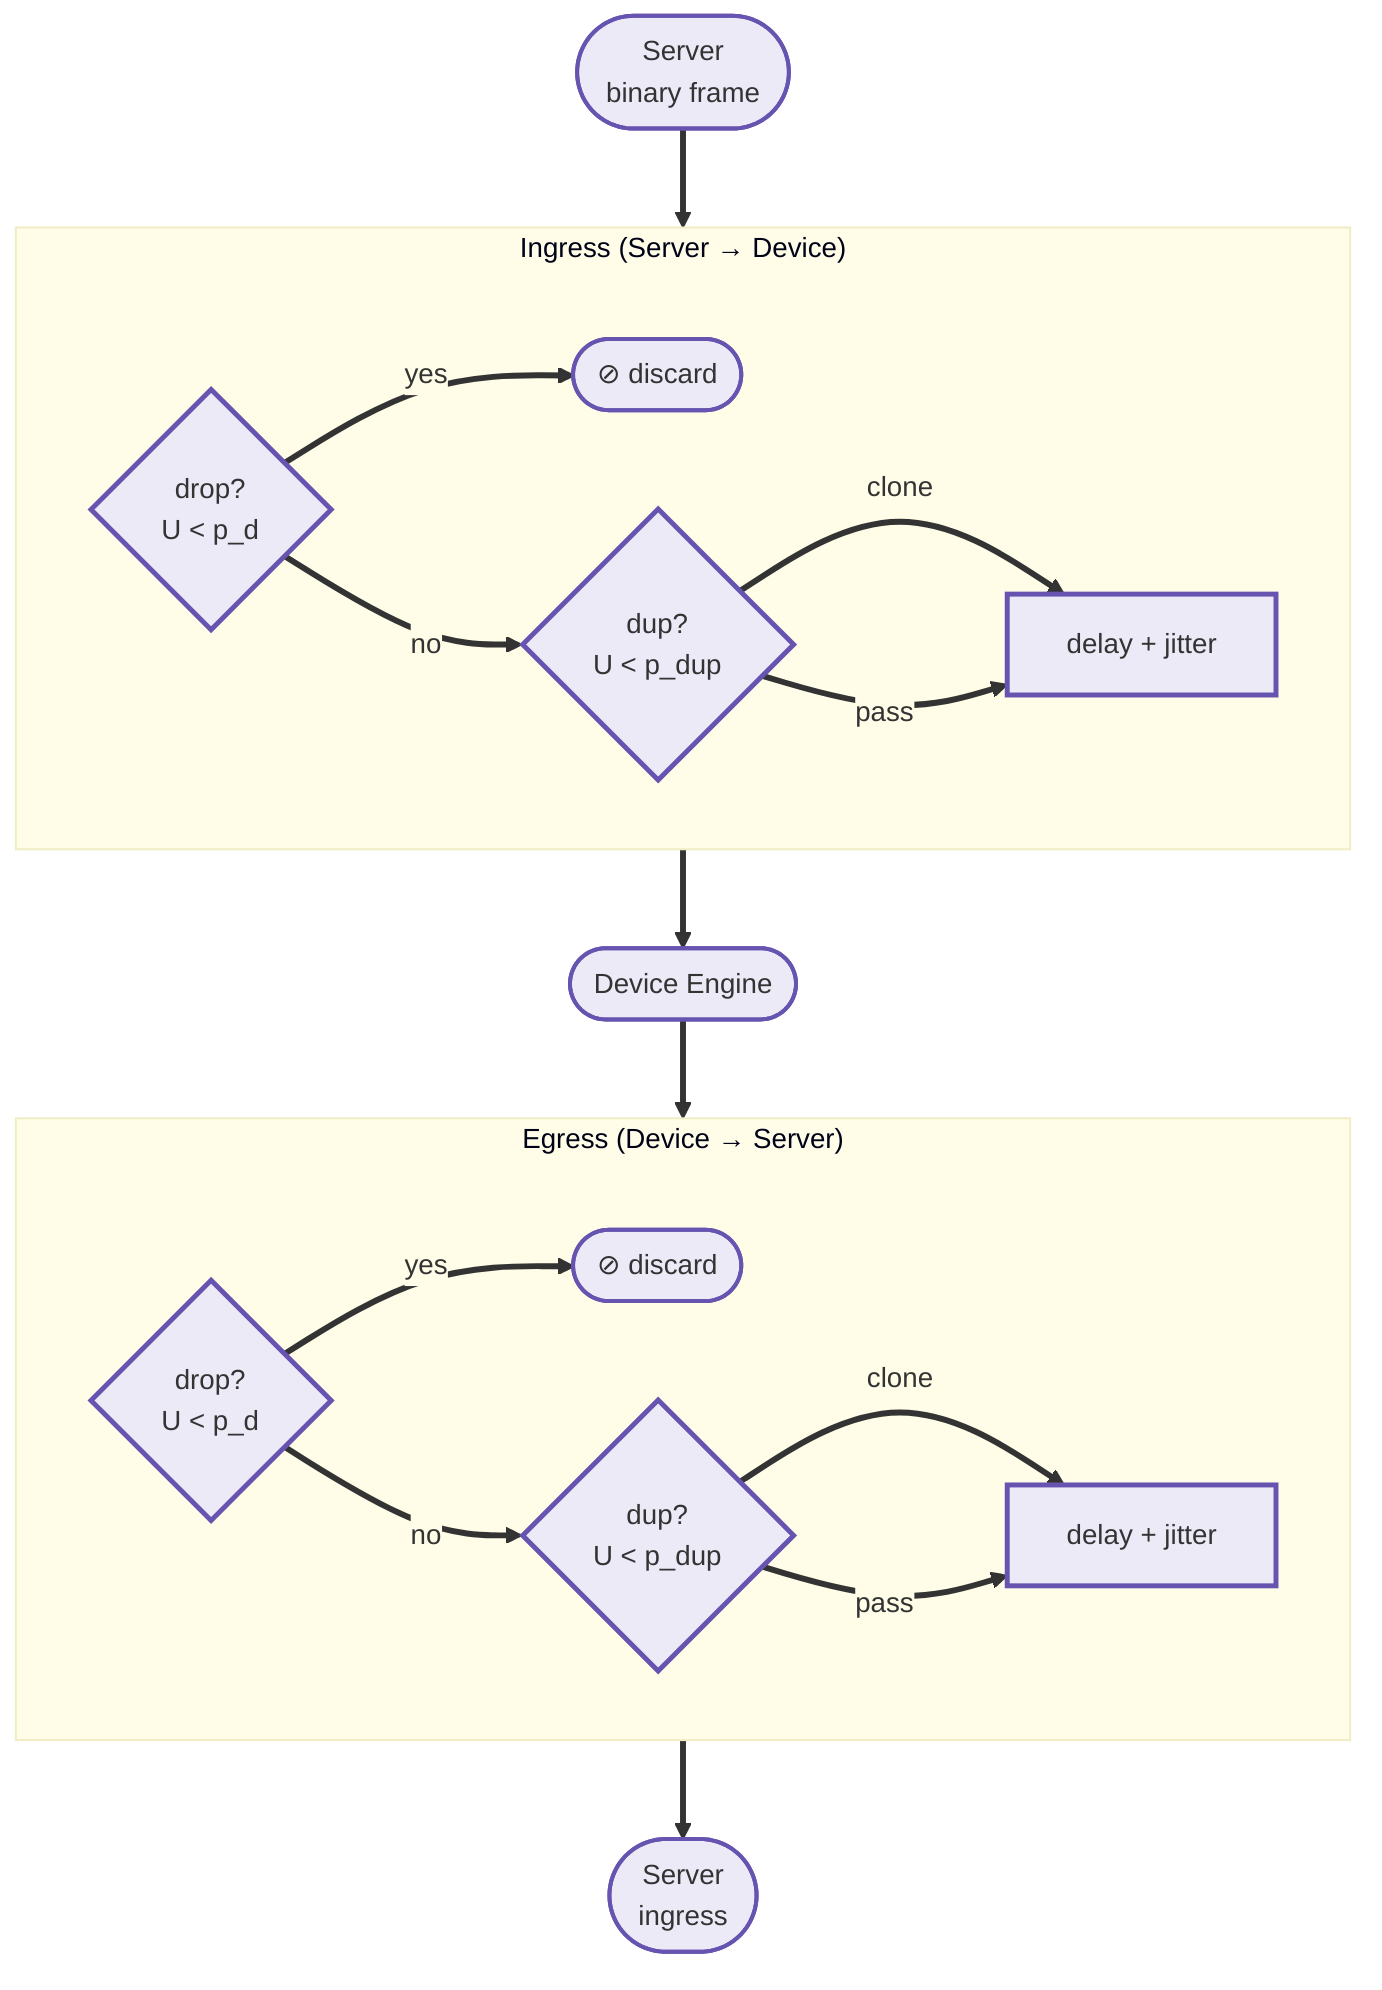
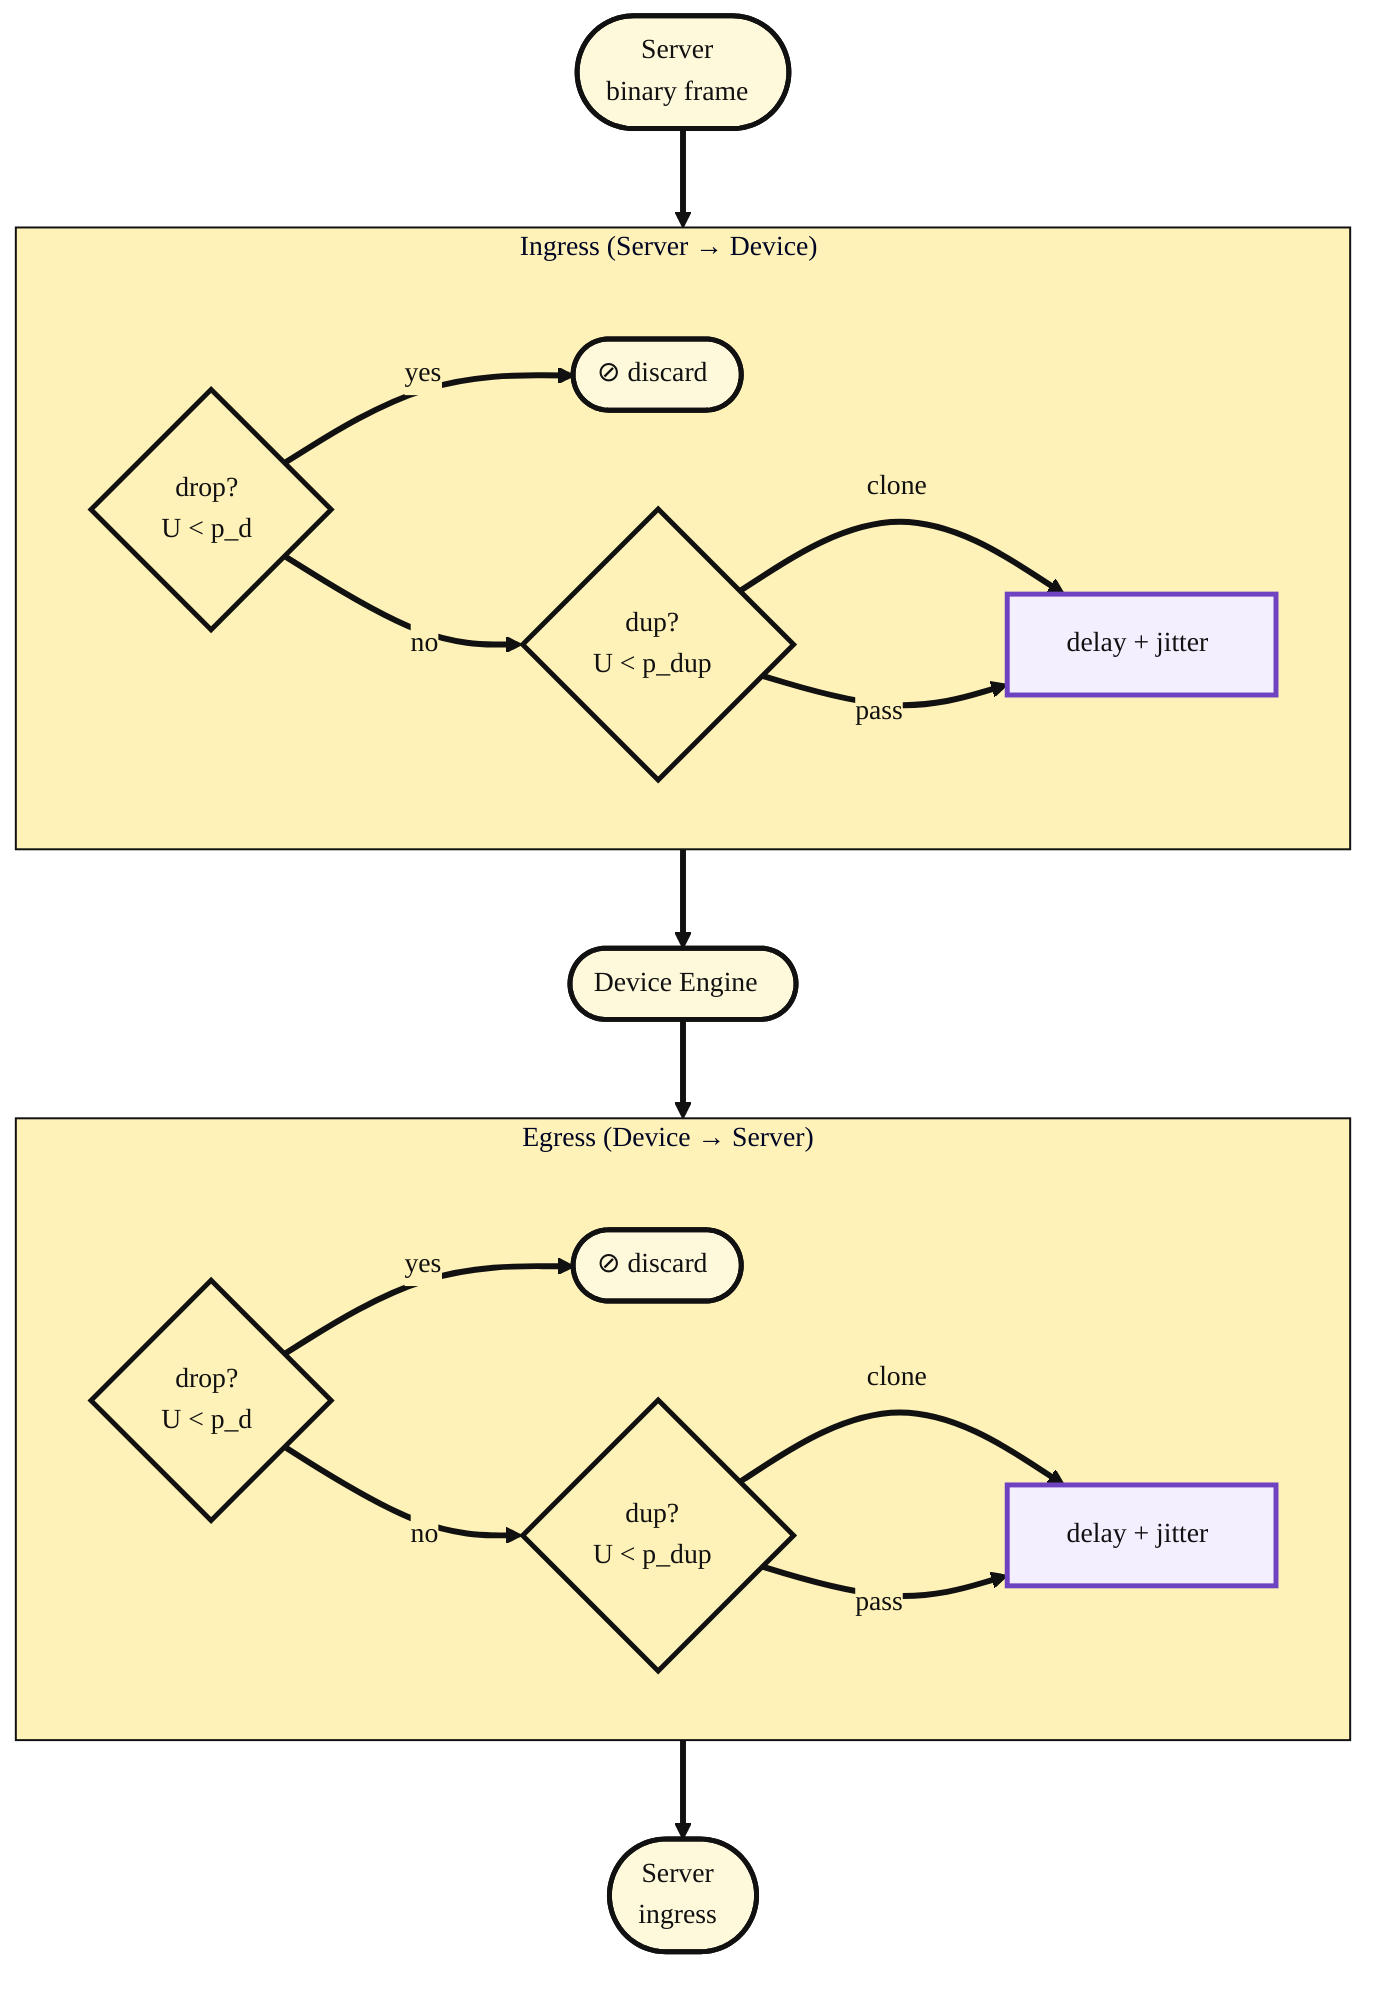
- %%{init: {'theme': 'base', 'themeVariables': {'lineColor': '#333333', 'fontSize': '14px', 'primaryColor': '#edeaf8', 'primaryBorderColor': '#6654b0', 'secondaryColor': '#fffde7', 'tertiaryColor': '#fffde7'}}}%%
+ %%{init: {"theme": "base", "themeVariables": {"fontFamily": "Helvetica, Arial, sans-serif", "fontSize": "14px", "primaryColor": "#f4efff", "primaryTextColor": "#111111", "primaryBorderColor": "#6f42c1", "lineColor": "#111111", "secondaryColor": "#fff2b8", "secondaryBorderColor": "#111111", "tertiaryColor": "#fff9dc", "tertiaryBorderColor": "#111111", "clusterBkg": "#fff2b8", "clusterBorder": "#111111", "actorBkg": "#f4efff", "actorBorder": "#6f42c1", "actorTextColor": "#111111", "noteBkgColor": "#fff2b8", "noteBorderColor": "#111111", "activationBkgColor": "#f4efff", "activationBorderColor": "#6f42c1"}}}%%
flowchart TB
    SRV(["Server\nbinary frame"])

    subgraph ING["Ingress  (Server → Device)"]
        direction LR
        ID1{"drop?\nU < p_d"}
        ID2{"dup?\nU < p_dup"}
        ID3["delay + jitter"]
        ID0(["⊘ discard"])
        ID1 -- yes --> ID0
        ID1 -- no --> ID2
        ID2 -- clone --> ID3
        ID2 -- pass --> ID3
    end

    DEV(["Device Engine"])

    subgraph EGR["Egress  (Device → Server)"]
        direction LR
        ED1{"drop?\nU < p_d"}
        ED2{"dup?\nU < p_dup"}
        ED3["delay + jitter"]
        ED0(["⊘ discard"])
        ED1 -- yes --> ED0
        ED1 -- no --> ED2
        ED2 -- clone --> ED3
        ED2 -- pass --> ED3
    end

    SRV_IN(["Server\ningress"])

    SRV --> ING
    ING --> DEV
    DEV --> EGR
    EGR --> SRV_IN

-     classDef decision stroke-width:2.5px,stroke:#6654b0
-     classDef action stroke-width:2.5px,stroke:#6654b0
-     classDef endpoint stroke-width:2px,stroke:#6654b0
+     classDef decision fill:#fff2b8,stroke-width:2.5px,stroke:#111111,color:#111111
+     classDef action fill:#f4efff,stroke-width:2.5px,stroke:#6f42c1,color:#111111
+     classDef endpoint fill:#fff9dc,stroke-width:2.5px,stroke:#111111,color:#111111
    class ID1,ID2,ED1,ED2 decision
    class ID3,ED3 action
    class ID0,ED0,SRV,DEV,SRV_IN endpoint

-     linkStyle default stroke-width:3px,stroke:#333333
+     linkStyle default stroke-width:3px,stroke:#111111
